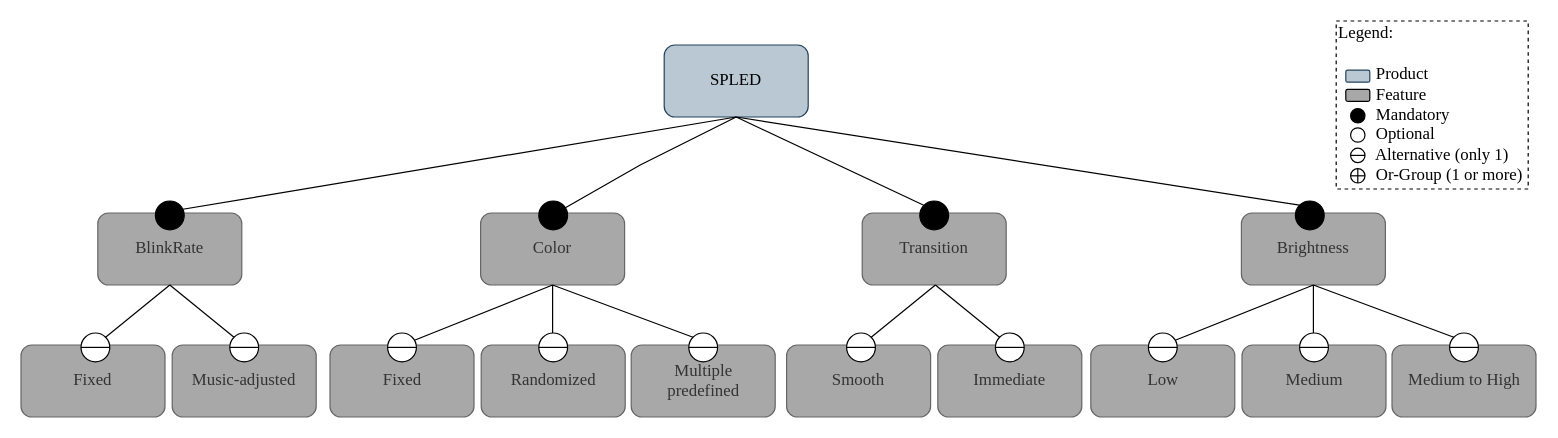
The draw.io diagram page "Feature Model" (1 of 2) of doc/common/sw_architecture/_figures/spled.drawio in avengineers/SPLed, before the edit. Source tidied: cells renumbered, new cells numbered last; positions are measured from the earlier drawing's top-left corner, leaving out a move shared by most shapes. Both pictures are drawn from the tidied source at 120%, with x=0, y=0 at pixel (20, 20).
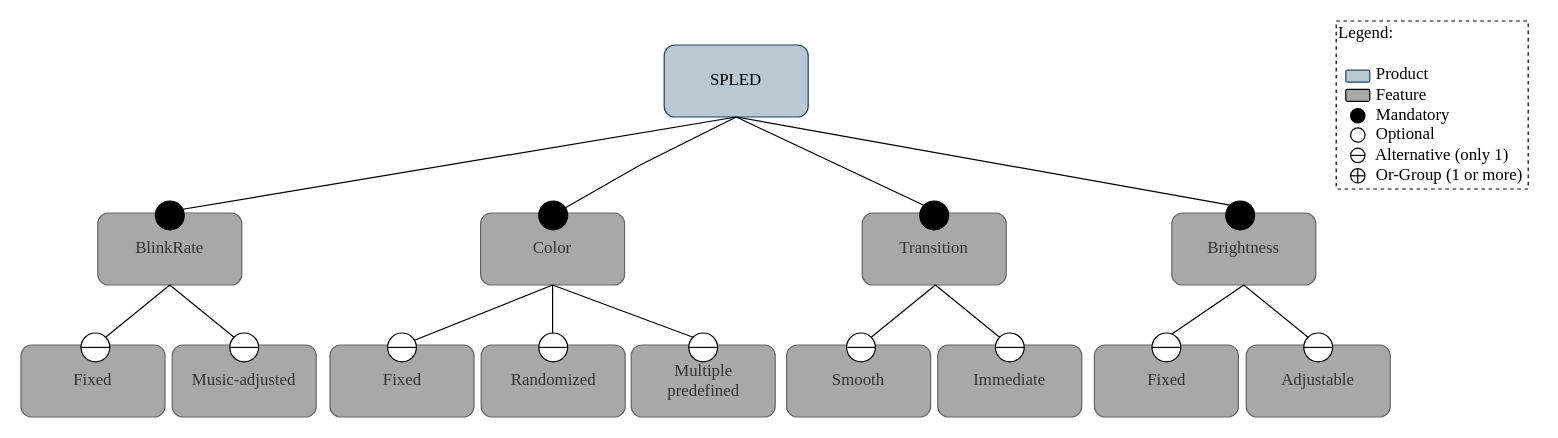
The same diagram, later.

The edit, as a diff of the source:
```diff
@@
     <mxCell id="14" value="Brightness" style="whiteSpace=wrap;html=1;rounded=1;shadow=0;labelBackgroundColor=none;strokeWidth=1;fontFamily=Times New Roman;fontSize=14;align=center;fillColor=#A8A8A8;strokeColor=#666666;fontColor=#333333;" parent="1" vertex="1">
-      <mxGeometry x="1017" y="160" width="120" height="60" as="geometry" />
+      <mxGeometry x="959" y="160" width="120" height="60" as="geometry" />
     </mxCell>
@@
-    <mxCell id="34" value="Low" style="whiteSpace=wrap;html=1;rounded=1;shadow=0;labelBackgroundColor=none;strokeWidth=1;fontFamily=Times New Roman;fontSize=14;align=center;fillColor=#A8A8A8;strokeColor=#666666;fontColor=#333333;" parent="1" vertex="1">
-      <mxGeometry x="891.5" y="270" width="120" height="60" as="geometry" />
+    <mxCell id="34" value="Fixed" style="whiteSpace=wrap;html=1;rounded=1;shadow=0;labelBackgroundColor=none;strokeWidth=1;fontFamily=Times New Roman;fontSize=14;align=center;fillColor=#A8A8A8;strokeColor=#666666;fontColor=#333333;" parent="1" vertex="1">
+      <mxGeometry x="894.5" y="270" width="120" height="60" as="geometry" />
     </mxCell>
-    <mxCell id="35" value="Medium" style="whiteSpace=wrap;html=1;rounded=1;shadow=0;labelBackgroundColor=none;strokeWidth=1;fontFamily=Times New Roman;fontSize=14;align=center;fillColor=#A8A8A8;strokeColor=#666666;fontColor=#333333;" parent="1" vertex="1">
-      <mxGeometry x="1017.5" y="270" width="120" height="60" as="geometry" />
+    <mxCell id="35" value="Adjustable" style="whiteSpace=wrap;html=1;rounded=1;shadow=0;labelBackgroundColor=none;strokeWidth=1;fontFamily=Times New Roman;fontSize=14;align=center;fillColor=#A8A8A8;strokeColor=#666666;fontColor=#333333;" parent="1" vertex="1">
+      <mxGeometry x="1021" y="270" width="120" height="60" as="geometry" />
     </mxCell>
-    <mxCell id="36" value="Medium to High" style="whiteSpace=wrap;html=1;rounded=1;shadow=0;labelBackgroundColor=none;strokeWidth=1;fontFamily=Times New Roman;fontSize=14;align=center;fillColor=#A8A8A8;strokeColor=#666666;fontColor=#333333;" parent="1" vertex="1">
-      <mxGeometry x="1142.5" y="270" width="120" height="60" as="geometry" />
-    </mxCell>
-    <mxCell id="37" style="rounded=0;html=1;labelBackgroundColor=none;startArrow=none;startFill=0;startSize=5;endArrow=none;endFill=0;endSize=5;jettySize=auto;strokeWidth=1;fontFamily=Times New Roman;fontSize=14;exitX=0.5;exitY=1;exitDx=0;exitDy=0;entryX=0.5;entryY=0;entryDx=0;entryDy=0;shadow=0;" parent="1" edge="1" source="41" target="34">
-      <mxGeometry x="-0.35" y="-11" relative="1" as="geometry" />
+    <mxCell id="37" style="rounded=0;html=1;labelBackgroundColor=none;startArrow=none;startFill=0;startSize=5;endArrow=none;endFill=0;endSize=5;jettySize=auto;strokeWidth=1;fontFamily=Times New Roman;fontSize=14;exitX=0.5;exitY=1;exitDx=0;exitDy=0;entryX=0.5;entryY=0;entryDx=0;entryDy=0;shadow=0;" parent="1" edge="1" target="34">
+      <mxGeometry x="-0.35" y="-11" relative="1" as="geometry">
+        <mxPoint x="954.5" y="284" as="sourcePoint" />
+      </mxGeometry>
     </mxCell>
-    <mxCell id="38" style="rounded=0;html=1;labelBackgroundColor=none;startArrow=none;startFill=0;startSize=5;endArrow=none;endFill=0;endSize=5;jettySize=auto;strokeWidth=1;fontFamily=Times New Roman;fontSize=14;exitX=0.5;exitY=1;exitDx=0;exitDy=0;shadow=0;" parent="1" edge="1" source="43" target="35">
-      <mxGeometry x="-0.35" y="-11" relative="1" as="geometry" />
-    </mxCell>
-    <mxCell id="39" style="rounded=0;html=1;labelBackgroundColor=none;startArrow=none;startFill=0;startSize=5;endArrow=none;endFill=0;endSize=5;jettySize=auto;strokeWidth=1;fontFamily=Times New Roman;fontSize=14;entryX=0;entryY=0;entryDx=0;entryDy=0;shadow=0;" parent="1" edge="1" target="44">
-      <mxGeometry x="-0.35" y="-11" relative="1" as="geometry">
-        <mxPoint x="1077" y="220" as="sourcePoint" />
-      </mxGeometry>
-    </mxCell>
-    <mxCell id="40" style="rounded=0;html=1;labelBackgroundColor=none;startArrow=none;startFill=0;startSize=5;endArrow=none;endFill=0;endSize=5;jettySize=auto;orthogonalLoop=1;strokeWidth=1;fontFamily=Times New Roman;fontSize=14;exitX=0.5;exitY=1;exitDx=0;exitDy=0;shadow=0;" parent="1" edge="1">
+    <mxCell id="40" style="rounded=0;html=1;labelBackgroundColor=none;startArrow=none;startFill=0;startSize=5;endArrow=none;endFill=0;endSize=5;jettySize=auto;strokeWidth=1;fontFamily=Times New Roman;fontSize=14;exitX=0.5;exitY=1;exitDx=0;exitDy=0;shadow=0;entryX=0.69;entryY=0.032;entryDx=0;entryDy=0;entryPerimeter=0;" parent="1" edge="1" target="41">
       <mxGeometry x="-0.35" y="-11" relative="1" as="geometry">
-        <mxPoint x="1077" y="220" as="sourcePoint" />
-        <mxPoint x="952" y="270" as="targetPoint" />
+        <mxPoint x="1019" y="220" as="sourcePoint" />
       </mxGeometry>
     </mxCell>
     <mxCell id="41" style="shape=lineEllipse;perimeter=ellipsePerimeter;whiteSpace=wrap;html=1;backgroundOutline=1;fontFamily=Times New Roman;fontSize=14;shadow=0;" parent="1" vertex="1">
-      <mxGeometry x="939.5" y="260" width="24" height="24" as="geometry" />
+      <mxGeometry x="942.5" y="260" width="24" height="24" as="geometry" />
     </mxCell>
-    <mxCell id="42" style="rounded=0;html=1;labelBackgroundColor=none;startArrow=none;startFill=0;startSize=5;endArrow=none;endFill=0;endSize=5;jettySize=auto;orthogonalLoop=1;strokeWidth=1;fontFamily=Times New Roman;fontSize=14;exitX=0.5;exitY=1;exitDx=0;exitDy=0;shadow=0;" parent="1" edge="1">
+    <mxCell id="42" style="rounded=0;html=1;labelBackgroundColor=none;startArrow=none;startFill=0;startSize=5;endArrow=none;endFill=0;endSize=5;jettySize=auto;strokeWidth=1;fontFamily=Times New Roman;fontSize=14;exitX=0.5;exitY=1;exitDx=0;exitDy=0;shadow=0;entryX=0;entryY=0;entryDx=0;entryDy=0;" parent="1" edge="1" target="43">
       <mxGeometry x="-0.35" y="-11" relative="1" as="geometry">
-        <mxPoint x="1077" y="220" as="sourcePoint" />
-        <mxPoint x="1077" y="270" as="targetPoint" />
+        <mxPoint x="1019" y="220" as="sourcePoint" />
       </mxGeometry>
     </mxCell>
     <mxCell id="43" style="shape=lineEllipse;perimeter=ellipsePerimeter;whiteSpace=wrap;html=1;backgroundOutline=1;fontFamily=Times New Roman;fontSize=14;shadow=0;" parent="1" vertex="1">
-      <mxGeometry x="1065.5" y="260" width="24" height="24" as="geometry" />
+      <mxGeometry x="1069" y="260" width="24" height="24" as="geometry" />
     </mxCell>
-    <mxCell id="44" style="shape=lineEllipse;perimeter=ellipsePerimeter;whiteSpace=wrap;html=1;backgroundOutline=1;fontFamily=Times New Roman;fontSize=14;shadow=0;" parent="1" vertex="1">
-      <mxGeometry x="1190.5" y="260" width="24" height="24" as="geometry" />
-    </mxCell>
@@
     <mxCell id="48" style="ellipse;whiteSpace=wrap;html=1;labelBackgroundColor=#000000;fillColor=#000000;fontFamily=Times New Roman;fontSize=14;shadow=0;" parent="1" vertex="1">
-      <mxGeometry x="1062" y="150" width="24" height="24" as="geometry" />
+      <mxGeometry x="1004" y="150" width="24" height="24" as="geometry" />
     </mxCell>
```
